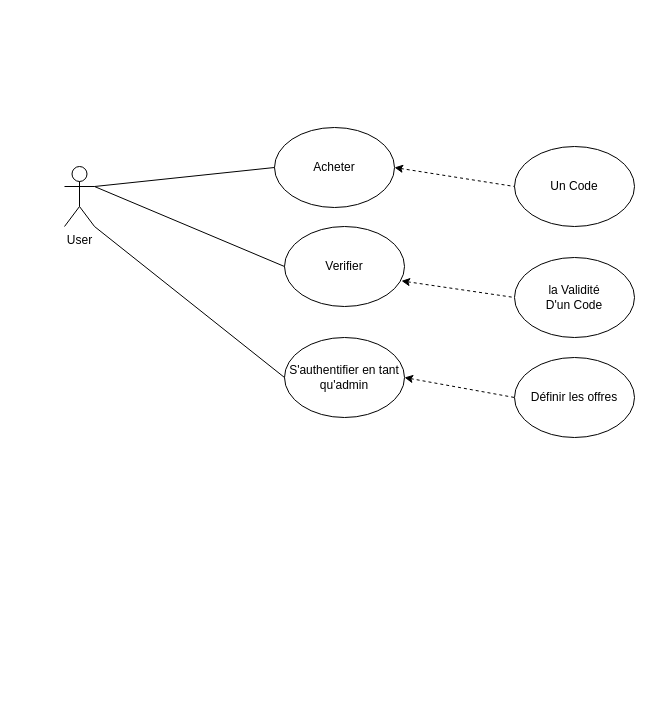
Chic0s/PiscineRennes keeps this draw.io diagram as Diagramme de cas d'utilisation.drawio. Above is the earlier version. Source tidied: cells renumbered, new cells numbered last; positions are measured from the earlier drawing's top-left corner, leaving out a move shared by most shapes. Both pictures are drawn from the tidied source at 100%, with x=0, y=0 at pixel (64, 127).
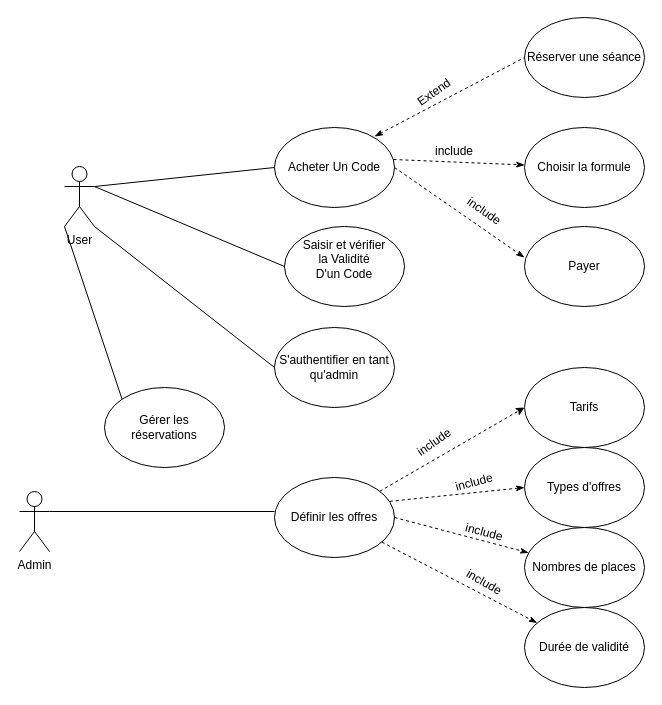
Above is the later version.

The change refers to these unchanged cells:
```xml
<mxCell id="3" value="User" style="shape=umlActor;verticalLabelPosition=bottom;verticalAlign=top;html=1;outlineConnect=0;" parent="1" vertex="1">
  <mxGeometry y="39" width="30" height="60" as="geometry" />
</mxCell>
```

Diff of the diagram source:
```diff
@@
-    <mxCell id="2" value="Définir les offres" style="ellipse;whiteSpace=wrap;html=1;" parent="1" vertex="1">
-      <mxGeometry x="450" y="230" width="120" height="80" as="geometry" />
-    </mxCell>
@@
-    <mxCell id="4" value="&lt;div&gt;la Validité &lt;br&gt;&lt;/div&gt;&lt;div&gt;D'un Code&lt;br&gt;&lt;/div&gt;" style="ellipse;whiteSpace=wrap;html=1;" parent="1" vertex="1">
-      <mxGeometry x="450" y="130" width="120" height="80" as="geometry" />
-    </mxCell>
-    <mxCell id="5" value="Un Code" style="ellipse;whiteSpace=wrap;html=1;" parent="1" vertex="1">
-      <mxGeometry x="450" y="19" width="120" height="80" as="geometry" />
-    </mxCell>
     <mxCell id="6" value="S'authentifier en tant qu'admin" style="ellipse;whiteSpace=wrap;html=1;" parent="1" vertex="1">
-      <mxGeometry x="220" y="210" width="120" height="80" as="geometry" />
+      <mxGeometry x="210" y="200" width="120" height="80" as="geometry" />
     </mxCell>
-    <mxCell id="7" style="endArrow=none;html=1;rounded=0;entryX=0;entryY=0.5;entryDx=0;entryDy=0;dashed=1;exitX=1;exitY=0.5;exitDx=0;exitDy=0;endFill=0;startArrow=classic;startFill=1;" parent="1" edge="1" source="6" target="2">
-      <mxGeometry relative="1" as="geometry" />
-    </mxCell>
@@
-    <mxCell id="9" value="Acheter" style="ellipse;whiteSpace=wrap;html=1;" parent="1" vertex="1">
+    <mxCell id="9" value="Acheter Un Code" style="ellipse;whiteSpace=wrap;html=1;" parent="1" vertex="1">
       <mxGeometry x="210" width="120" height="80" as="geometry" />
     </mxCell>
@@
-    <mxCell id="11" style="endArrow=none;dashed=1;html=1;rounded=0;entryX=0;entryY=0.5;entryDx=0;entryDy=0;exitX=1;exitY=0.5;exitDx=0;exitDy=0;startArrow=classic;startFill=1;" parent="1" edge="1" source="9" target="5">
-      <mxGeometry relative="1" as="geometry" />
-    </mxCell>
-    <mxCell id="12" value="Verifier" style="ellipse;whiteSpace=wrap;html=1;" parent="1" vertex="1">
+    <mxCell id="12" value="Saisir et vérifier &lt;br&gt;&lt;div&gt;la Validité &lt;br&gt;&lt;/div&gt;&lt;div&gt;D'un Code&lt;/div&gt;&lt;div&gt;&lt;br&gt;&lt;/div&gt;" style="ellipse;whiteSpace=wrap;html=1;" parent="1" vertex="1">
       <mxGeometry x="220" y="99" width="120" height="80" as="geometry" />
     </mxCell>
@@
-    <mxCell id="14" style="endArrow=none;dashed=1;html=1;rounded=0;entryX=0;entryY=0.5;entryDx=0;entryDy=0;exitX=0.975;exitY=0.68;exitDx=0;exitDy=0;startArrow=classic;startFill=1;exitPerimeter=0;" parent="1" edge="1" source="12" target="4">
-      <mxGeometry relative="1" as="geometry" />
-    </mxCell>
+    <mxCell id="15" value="Admin" style="shape=umlActor;verticalLabelPosition=bottom;verticalAlign=top;html=1;" parent="1" vertex="1">
+      <mxGeometry x="-45" y="364" width="30" height="60" as="geometry" />
+    </mxCell>
+    <mxCell id="2" value="Définir les offres" style="ellipse;whiteSpace=wrap;html=1;" parent="1" vertex="1">
+      <mxGeometry x="210" y="350" width="120" height="80" as="geometry" />
+    </mxCell>
+    <mxCell id="16" style="endArrow=none;html=1;rounded=0;entryX=0;entryY=0.5;entryDx=0;entryDy=0;endFill=0;" parent="1" edge="1">
+      <mxGeometry relative="1" as="geometry">
+        <mxPoint x="-15" y="384" as="sourcePoint" />
+        <mxPoint x="210" y="384" as="targetPoint" />
+      </mxGeometry>
+    </mxCell>
+    <mxCell id="17" value="Choisir la formule" style="ellipse;whiteSpace=wrap;html=1;" parent="1" vertex="1">
+      <mxGeometry x="460" width="120" height="80" as="geometry" />
+    </mxCell>
+    <mxCell id="18" value="Payer" style="ellipse;whiteSpace=wrap;html=1;" parent="1" vertex="1">
+      <mxGeometry x="460" y="99" width="120" height="80" as="geometry" />
+    </mxCell>
+    <mxCell id="19" style="endArrow=classicThin;html=1;rounded=0;exitX=1;exitY=0.5;exitDx=0;exitDy=0;entryX=0;entryY=0.388;entryDx=0;entryDy=0;entryPerimeter=0;dashed=1;endFill=1;" parent="1" edge="1" source="9" target="18">
+      <mxGeometry relative="1" as="geometry" />
+    </mxCell>
+    <mxCell id="20" style="endArrow=classicThin;html=1;rounded=0;exitX=0.992;exitY=0.4;exitDx=0;exitDy=0;exitPerimeter=0;dashed=1;startArrow=none;startFill=0;endFill=1;" parent="1" edge="1" source="9" target="17">
+      <mxGeometry relative="1" as="geometry" />
+    </mxCell>
+    <mxCell id="21" value="include" style="text;html=1;strokeColor=none;fillColor=none;align=center;verticalAlign=middle;whiteSpace=wrap;rounded=0;" parent="1" vertex="1">
+      <mxGeometry x="360" y="9" width="60" height="30" as="geometry" />
+    </mxCell>
+    <mxCell id="22" value="include" style="text;html=1;strokeColor=none;fillColor=none;align=center;verticalAlign=middle;whiteSpace=wrap;rounded=0;rotation=35;" parent="1" vertex="1">
+      <mxGeometry x="390" y="69" width="60" height="30" as="geometry" />
+    </mxCell>
+    <mxCell id="23" value="Tarifs" style="ellipse;whiteSpace=wrap;html=1;" parent="1" vertex="1">
+      <mxGeometry x="460" y="240" width="120" height="80" as="geometry" />
+    </mxCell>
+    <mxCell id="24" value="Gérer les réservations" style="ellipse;whiteSpace=wrap;html=1;" parent="1" vertex="1">
+      <mxGeometry x="40" y="260" width="120" height="80" as="geometry" />
+    </mxCell>
+    <mxCell id="25" style="endArrow=none;html=1;rounded=0;entryX=0;entryY=0;entryDx=0;entryDy=0;exitX=0;exitY=1;exitDx=0;exitDy=0;exitPerimeter=0;" parent="1" edge="1" source="3" target="24">
+      <mxGeometry relative="1" as="geometry" />
+    </mxCell>
+    <mxCell id="26" value="Types d'offres" style="ellipse;whiteSpace=wrap;html=1;" parent="1" vertex="1">
+      <mxGeometry x="460" y="320" width="120" height="80" as="geometry" />
+    </mxCell>
+    <mxCell id="27" value="Nombres de places" style="ellipse;whiteSpace=wrap;html=1;" parent="1" vertex="1">
+      <mxGeometry x="460" y="400" width="120" height="80" as="geometry" />
+    </mxCell>
+    <mxCell id="28" value="Durée de validité" style="ellipse;whiteSpace=wrap;html=1;" parent="1" vertex="1">
+      <mxGeometry x="460" y="480" width="120" height="80" as="geometry" />
+    </mxCell>
+    <mxCell id="29" style="endArrow=classic;html=1;rounded=0;entryX=0;entryY=0.5;entryDx=0;entryDy=0;endFill=1;dashed=1;" parent="1" edge="1" source="2" target="23">
+      <mxGeometry relative="1" as="geometry" />
+    </mxCell>
+    <mxCell id="30" style="endArrow=classicThin;html=1;rounded=0;entryX=0;entryY=0.5;entryDx=0;entryDy=0;endFill=1;dashed=1;" parent="1" edge="1" target="26">
+      <mxGeometry relative="1" as="geometry">
+        <mxPoint x="325.3" y="373.8" as="sourcePoint" />
+      </mxGeometry>
+    </mxCell>
+    <mxCell id="31" style="endArrow=classicThin;html=1;rounded=0;exitX=1;exitY=0.5;exitDx=0;exitDy=0;dashed=1;endFill=1;" parent="1" edge="1" source="2" target="27">
+      <mxGeometry relative="1" as="geometry" />
+    </mxCell>
+    <mxCell id="32" style="endArrow=classicThin;html=1;rounded=0;endFill=1;dashed=1;" parent="1" edge="1" source="2" target="28">
+      <mxGeometry relative="1" as="geometry" />
+    </mxCell>
+    <mxCell id="33" value="include" style="text;html=1;strokeColor=none;fillColor=none;align=center;verticalAlign=middle;whiteSpace=wrap;rounded=0;rotation=-35;" parent="1" vertex="1">
+      <mxGeometry x="340" y="300" width="60" height="30" as="geometry" />
+    </mxCell>
+    <mxCell id="34" value="include" style="text;html=1;strokeColor=none;fillColor=none;align=center;verticalAlign=middle;whiteSpace=wrap;rounded=0;rotation=-15;" parent="1" vertex="1">
+      <mxGeometry x="380" y="340" width="60" height="30" as="geometry" />
+    </mxCell>
+    <mxCell id="35" value="include" style="text;html=1;strokeColor=none;fillColor=none;align=center;verticalAlign=middle;whiteSpace=wrap;rounded=0;rotation=15;" parent="1" vertex="1">
+      <mxGeometry x="390" y="390" width="60" height="30" as="geometry" />
+    </mxCell>
+    <mxCell id="36" value="include" style="text;html=1;strokeColor=none;fillColor=none;align=center;verticalAlign=middle;whiteSpace=wrap;rounded=0;rotation=30;" parent="1" vertex="1">
+      <mxGeometry x="390" y="440" width="60" height="30" as="geometry" />
+    </mxCell>
+    <mxCell id="37" value="Réserver une séance" style="ellipse;whiteSpace=wrap;html=1;" parent="1" vertex="1">
+      <mxGeometry x="460" y="-110" width="120" height="80" as="geometry" />
+    </mxCell>
+    <mxCell id="38" style="endArrow=none;html=1;rounded=0;dashed=1;entryX=0;entryY=0.5;entryDx=0;entryDy=0;endFill=0;startArrow=classicThin;startFill=1;" parent="1" edge="1" target="37">
+      <mxGeometry relative="1" as="geometry">
+        <mxPoint x="310" y="9" as="sourcePoint" />
+      </mxGeometry>
+    </mxCell>
+    <mxCell id="39" value="Extend" style="text;html=1;strokeColor=none;fillColor=none;align=center;verticalAlign=middle;whiteSpace=wrap;rounded=0;rotation=-35;" parent="1" vertex="1">
+      <mxGeometry x="340" y="-50" width="60" height="30" as="geometry" />
+    </mxCell>
```
